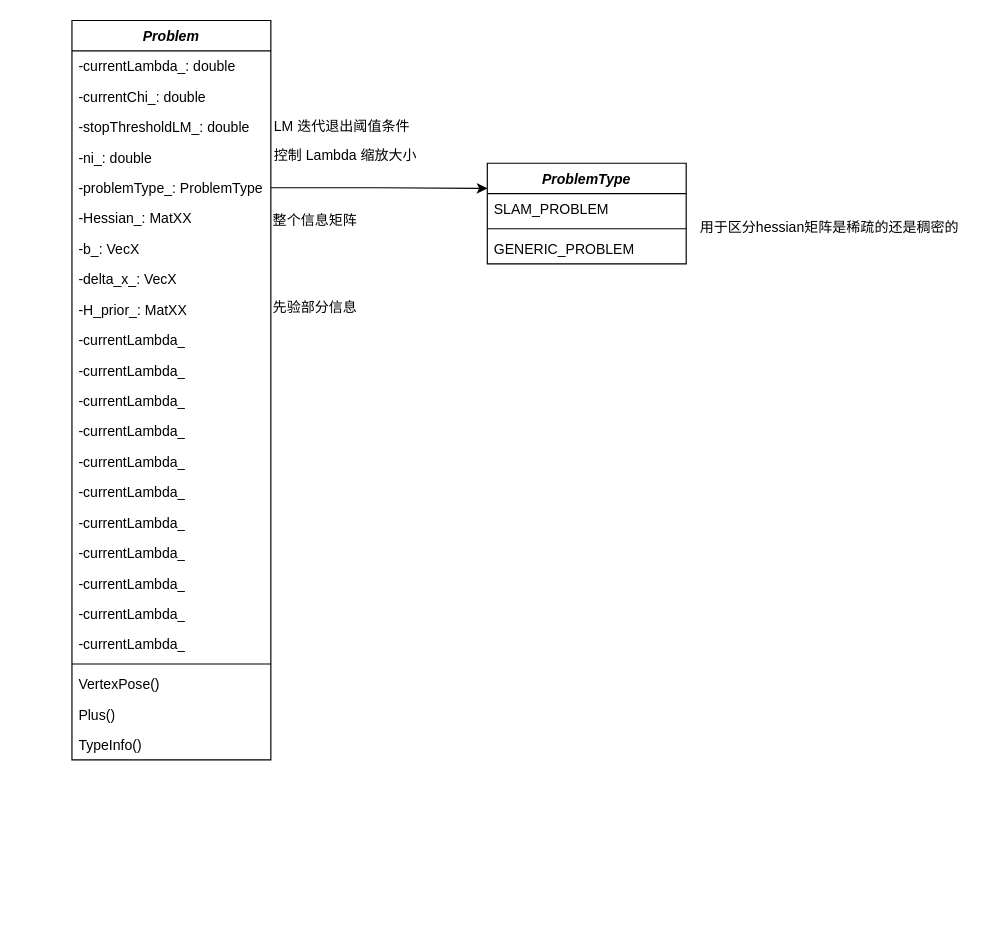
Above: Problem.drawio in liu-moon/img (draw.io), before the change. Source tidied: cells renumbered, new cells numbered last; positions are measured from the earlier drawing's top-left corner, leaving out a move shared by most shapes. Both pictures are drawn from the tidied source at 117%, with x=0, y=0 at pixel (71, 20).
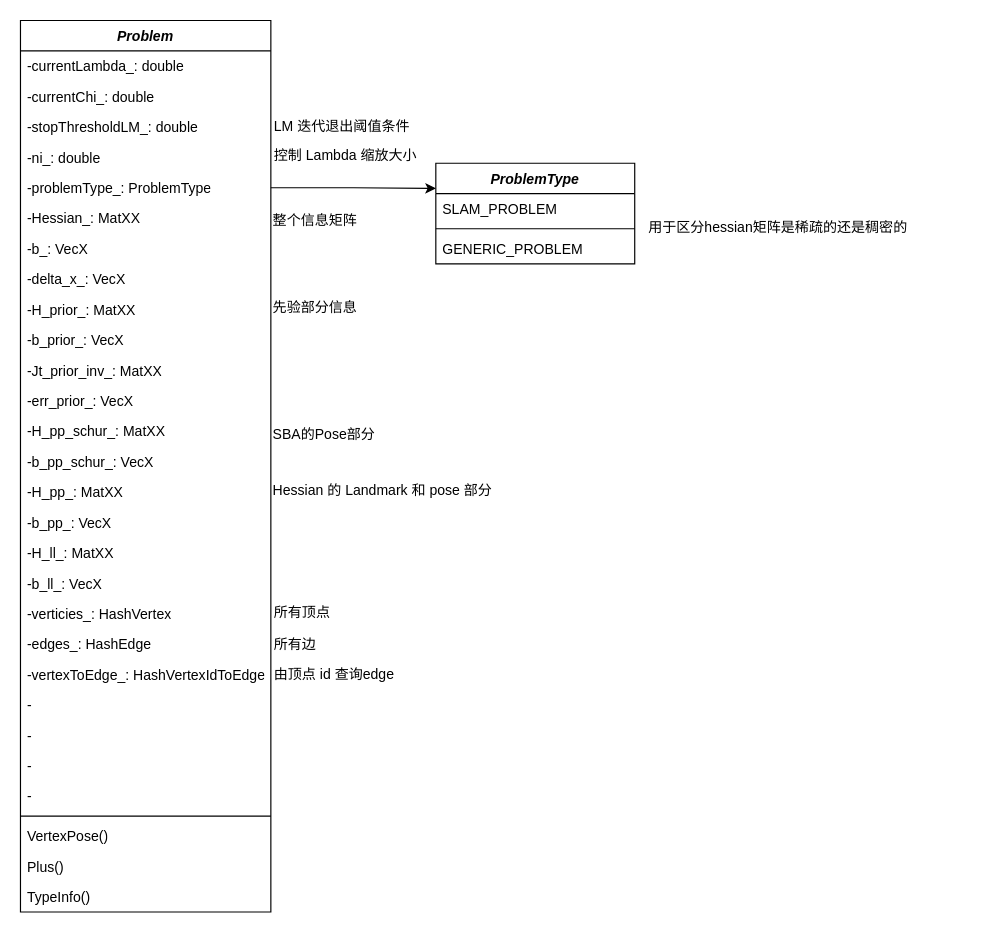
The same page after the edit.

What changed in the source:
```diff
@@
     <mxCell id="2" value="&lt;i&gt;Problem&lt;/i&gt;" style="swimlane;fontStyle=1;align=center;verticalAlign=top;horizontal=1;startSize=26;whiteSpace=wrap;html=1;" parent="1" vertex="1">
-      <mxGeometry width="170" height="632" as="geometry" />
+      <mxGeometry x="-44" width="214" height="762" as="geometry" />
     </mxCell>
     <mxCell id="3" value="-currentLambda_:&amp;nbsp;double" style="text;strokeColor=none;fillColor=none;align=left;verticalAlign=top;spacingLeft=4;spacingRight=4;overflow=hidden;whiteSpace=wrap;html=1;" parent="2" vertex="1">
-      <mxGeometry y="26" width="170" height="26" as="geometry" />
+      <mxGeometry y="26" width="214" height="26" as="geometry" />
     </mxCell>
     <mxCell id="4" value="-currentChi_:&amp;nbsp;double" style="text;strokeColor=none;fillColor=none;align=left;verticalAlign=top;spacingLeft=4;spacingRight=4;overflow=hidden;whiteSpace=wrap;html=1;" parent="2" vertex="1">
-      <mxGeometry y="52" width="170" height="26" as="geometry" />
+      <mxGeometry y="52" width="214" height="26" as="geometry" />
     </mxCell>
     <mxCell id="5" value="-stopThresholdLM_:&amp;nbsp;double" style="text;strokeColor=none;fillColor=none;align=left;verticalAlign=top;spacingLeft=4;spacingRight=4;overflow=hidden;whiteSpace=wrap;html=1;" parent="2" vertex="1">
-      <mxGeometry y="78" width="170" height="26" as="geometry" />
+      <mxGeometry y="78" width="214" height="26" as="geometry" />
     </mxCell>
     <mxCell id="6" value="-ni_:&amp;nbsp;double" style="text;strokeColor=none;fillColor=none;align=left;verticalAlign=top;spacingLeft=4;spacingRight=4;overflow=hidden;whiteSpace=wrap;html=1;" parent="2" vertex="1">
-      <mxGeometry y="104" width="170" height="26" as="geometry" />
+      <mxGeometry y="104" width="214" height="26" as="geometry" />
     </mxCell>
     <mxCell id="7" value="-problemType_:&amp;nbsp;ProblemType" style="text;strokeColor=none;fillColor=none;align=left;verticalAlign=top;spacingLeft=4;spacingRight=4;overflow=hidden;points=[[0,0.5],[1,0.5]];portConstraint=eastwest;whiteSpace=wrap;html=1;" parent="2" vertex="1">
-      <mxGeometry y="130" width="170" height="26" as="geometry" />
+      <mxGeometry y="130" width="214" height="26" as="geometry" />
     </mxCell>
     <mxCell id="8" value="-Hessian_: MatXX" style="text;strokeColor=none;fillColor=none;align=left;verticalAlign=top;spacingLeft=4;spacingRight=4;overflow=hidden;whiteSpace=wrap;html=1;" parent="2" vertex="1">
-      <mxGeometry y="156" width="170" height="26" as="geometry" />
+      <mxGeometry y="156" width="214" height="26" as="geometry" />
     </mxCell>
     <mxCell id="9" value="-b_:&amp;nbsp;VecX" style="text;strokeColor=none;fillColor=none;align=left;verticalAlign=top;spacingLeft=4;spacingRight=4;overflow=hidden;whiteSpace=wrap;html=1;" parent="2" vertex="1">
-      <mxGeometry y="182" width="170" height="26" as="geometry" />
+      <mxGeometry y="182" width="214" height="26" as="geometry" />
     </mxCell>
     <mxCell id="10" value="-delta_x_:&amp;nbsp;VecX" style="text;strokeColor=none;fillColor=none;align=left;verticalAlign=top;spacingLeft=4;spacingRight=4;overflow=hidden;whiteSpace=wrap;html=1;" parent="2" vertex="1">
-      <mxGeometry y="208" width="170" height="26" as="geometry" />
+      <mxGeometry y="208" width="214" height="26" as="geometry" />
     </mxCell>
     <mxCell id="11" value="-H_prior_:&amp;nbsp;MatXX" style="text;strokeColor=none;fillColor=none;align=left;verticalAlign=top;spacingLeft=4;spacingRight=4;overflow=hidden;whiteSpace=wrap;html=1;" parent="2" vertex="1">
-      <mxGeometry y="234" width="170" height="26" as="geometry" />
+      <mxGeometry y="234" width="214" height="26" as="geometry" />
     </mxCell>
+    <mxCell id="37" value="-b_prior_: VecX" style="text;strokeColor=none;fillColor=none;align=left;verticalAlign=top;spacingLeft=4;spacingRight=4;overflow=hidden;whiteSpace=wrap;html=1;" parent="2" vertex="1">
+      <mxGeometry y="260" width="214" height="26" as="geometry" />
+    </mxCell>
+    <mxCell id="38" value="-Jt_prior_inv_: MatXX" style="text;strokeColor=none;fillColor=none;align=left;verticalAlign=top;spacingLeft=4;spacingRight=4;overflow=hidden;whiteSpace=wrap;html=1;" parent="2" vertex="1">
+      <mxGeometry y="286" width="214" height="26" as="geometry" />
+    </mxCell>
+    <mxCell id="39" value="-err_prior_: VecX" style="text;strokeColor=none;fillColor=none;align=left;verticalAlign=top;spacingLeft=4;spacingRight=4;overflow=hidden;whiteSpace=wrap;html=1;" parent="2" vertex="1">
+      <mxGeometry y="312" width="214" height="26" as="geometry" />
+    </mxCell>
+    <mxCell id="40" value="-H_pp_schur_: MatXX" style="text;strokeColor=none;fillColor=none;align=left;verticalAlign=top;spacingLeft=4;spacingRight=4;overflow=hidden;whiteSpace=wrap;html=1;" parent="2" vertex="1">
+      <mxGeometry y="338" width="214" height="26" as="geometry" />
+    </mxCell>
+    <mxCell id="41" value="-b_pp_schur_: VecX" style="text;strokeColor=none;fillColor=none;align=left;verticalAlign=top;spacingLeft=4;spacingRight=4;overflow=hidden;whiteSpace=wrap;html=1;" parent="2" vertex="1">
+      <mxGeometry y="364" width="214" height="26" as="geometry" />
+    </mxCell>
+    <mxCell id="42" value="-H_pp_: MatXX" style="text;strokeColor=none;fillColor=none;align=left;verticalAlign=top;spacingLeft=4;spacingRight=4;overflow=hidden;whiteSpace=wrap;html=1;" parent="2" vertex="1">
+      <mxGeometry y="390" width="214" height="26" as="geometry" />
+    </mxCell>
+    <mxCell id="43" value="-b_pp_: VecX" style="text;strokeColor=none;fillColor=none;align=left;verticalAlign=top;spacingLeft=4;spacingRight=4;overflow=hidden;whiteSpace=wrap;html=1;" parent="2" vertex="1">
+      <mxGeometry y="416" width="214" height="26" as="geometry" />
+    </mxCell>
+    <mxCell id="44" value="-H_ll_: MatXX" style="text;strokeColor=none;fillColor=none;align=left;verticalAlign=top;spacingLeft=4;spacingRight=4;overflow=hidden;whiteSpace=wrap;html=1;" parent="2" vertex="1">
+      <mxGeometry y="442" width="214" height="26" as="geometry" />
+    </mxCell>
-    <mxCell id="12" value="-currentLambda_" style="text;strokeColor=none;fillColor=none;align=left;verticalAlign=top;spacingLeft=4;spacingRight=4;overflow=hidden;whiteSpace=wrap;html=1;" parent="2" vertex="1">
-      <mxGeometry y="260" width="170" height="26" as="geometry" />
+    <mxCell id="12" value="-b_ll_: VecX" style="text;strokeColor=none;fillColor=none;align=left;verticalAlign=top;spacingLeft=4;spacingRight=4;overflow=hidden;whiteSpace=wrap;html=1;" parent="2" vertex="1">
+      <mxGeometry y="468" width="214" height="26" as="geometry" />
     </mxCell>
-    <mxCell id="13" value="-currentLambda_" style="text;strokeColor=none;fillColor=none;align=left;verticalAlign=top;spacingLeft=4;spacingRight=4;overflow=hidden;whiteSpace=wrap;html=1;" parent="2" vertex="1">
-      <mxGeometry y="286" width="170" height="26" as="geometry" />
-    </mxCell>
-    <mxCell id="14" value="-currentLambda_" style="text;strokeColor=none;fillColor=none;align=left;verticalAlign=top;spacingLeft=4;spacingRight=4;overflow=hidden;whiteSpace=wrap;html=1;" parent="2" vertex="1">
-      <mxGeometry y="312" width="170" height="26" as="geometry" />
-    </mxCell>
-    <mxCell id="15" value="-currentLambda_" style="text;strokeColor=none;fillColor=none;align=left;verticalAlign=top;spacingLeft=4;spacingRight=4;overflow=hidden;whiteSpace=wrap;html=1;" parent="2" vertex="1">
-      <mxGeometry y="338" width="170" height="26" as="geometry" />
-    </mxCell>
-    <mxCell id="16" value="-currentLambda_" style="text;strokeColor=none;fillColor=none;align=left;verticalAlign=top;spacingLeft=4;spacingRight=4;overflow=hidden;whiteSpace=wrap;html=1;" parent="2" vertex="1">
-      <mxGeometry y="364" width="170" height="26" as="geometry" />
-    </mxCell>
-    <mxCell id="17" value="-currentLambda_" style="text;strokeColor=none;fillColor=none;align=left;verticalAlign=top;spacingLeft=4;spacingRight=4;overflow=hidden;whiteSpace=wrap;html=1;" parent="2" vertex="1">
-      <mxGeometry y="390" width="170" height="26" as="geometry" />
-    </mxCell>
-    <mxCell id="18" value="-currentLambda_" style="text;strokeColor=none;fillColor=none;align=left;verticalAlign=top;spacingLeft=4;spacingRight=4;overflow=hidden;whiteSpace=wrap;html=1;" parent="2" vertex="1">
-      <mxGeometry y="416" width="170" height="26" as="geometry" />
-    </mxCell>
-    <mxCell id="19" value="-currentLambda_" style="text;strokeColor=none;fillColor=none;align=left;verticalAlign=top;spacingLeft=4;spacingRight=4;overflow=hidden;whiteSpace=wrap;html=1;" parent="2" vertex="1">
-      <mxGeometry y="442" width="170" height="26" as="geometry" />
-    </mxCell>
-    <mxCell id="20" value="-currentLambda_" style="text;strokeColor=none;fillColor=none;align=left;verticalAlign=top;spacingLeft=4;spacingRight=4;overflow=hidden;whiteSpace=wrap;html=1;" parent="2" vertex="1">
-      <mxGeometry y="468" width="170" height="26" as="geometry" />
-    </mxCell>
-    <mxCell id="21" value="-currentLambda_" style="text;strokeColor=none;fillColor=none;align=left;verticalAlign=top;spacingLeft=4;spacingRight=4;overflow=hidden;whiteSpace=wrap;html=1;" parent="2" vertex="1">
-      <mxGeometry y="494" width="170" height="26" as="geometry" />
-    </mxCell>
-    <mxCell id="22" value="-currentLambda_" style="text;strokeColor=none;fillColor=none;align=left;verticalAlign=top;spacingLeft=4;spacingRight=4;overflow=hidden;whiteSpace=wrap;html=1;" parent="2" vertex="1">
-      <mxGeometry y="520" width="170" height="26" as="geometry" />
-    </mxCell>
+    <mxCell id="45" value="-verticies_: HashVertex" style="text;strokeColor=none;fillColor=none;align=left;verticalAlign=top;spacingLeft=4;spacingRight=4;overflow=hidden;whiteSpace=wrap;html=1;" parent="2" vertex="1">
+      <mxGeometry y="494" width="214" height="26" as="geometry" />
+    </mxCell>
+    <mxCell id="46" value="-edges_: HashEdge" style="text;strokeColor=none;fillColor=none;align=left;verticalAlign=top;spacingLeft=4;spacingRight=4;overflow=hidden;whiteSpace=wrap;html=1;" parent="2" vertex="1">
+      <mxGeometry y="520" width="214" height="26" as="geometry" />
+    </mxCell>
+    <mxCell id="47" value="-vertexToEdge_: HashVertexIdToEdge" style="text;strokeColor=none;fillColor=none;align=left;verticalAlign=top;spacingLeft=4;spacingRight=4;overflow=hidden;whiteSpace=wrap;html=1;" parent="2" vertex="1">
+      <mxGeometry y="546" width="214" height="26" as="geometry" />
+    </mxCell>
+    <mxCell id="48" value="-" style="text;strokeColor=none;fillColor=none;align=left;verticalAlign=top;spacingLeft=4;spacingRight=4;overflow=hidden;whiteSpace=wrap;html=1;" parent="2" vertex="1">
+      <mxGeometry y="572" width="214" height="26" as="geometry" />
+    </mxCell>
+    <mxCell id="49" value="-" style="text;strokeColor=none;fillColor=none;align=left;verticalAlign=top;spacingLeft=4;spacingRight=4;overflow=hidden;whiteSpace=wrap;html=1;" parent="2" vertex="1">
+      <mxGeometry y="598" width="214" height="26" as="geometry" />
+    </mxCell>
+    <mxCell id="50" value="-" style="text;strokeColor=none;fillColor=none;align=left;verticalAlign=top;spacingLeft=4;spacingRight=4;overflow=hidden;whiteSpace=wrap;html=1;" parent="2" vertex="1">
+      <mxGeometry y="624" width="214" height="26" as="geometry" />
+    </mxCell>
+    <mxCell id="51" value="-" style="text;strokeColor=none;fillColor=none;align=left;verticalAlign=top;spacingLeft=4;spacingRight=4;overflow=hidden;whiteSpace=wrap;html=1;" parent="2" vertex="1">
+      <mxGeometry y="650" width="214" height="26" as="geometry" />
+    </mxCell>
     <mxCell id="23" style="line;strokeWidth=1;fillColor=none;align=left;verticalAlign=middle;spacingTop=-1;spacingLeft=3;spacingRight=3;labelPosition=right;strokeColor=inherit;" parent="2" vertex="1">
-      <mxGeometry y="546" width="170" height="8" as="geometry" />
+      <mxGeometry y="676" width="214" height="8" as="geometry" />
     </mxCell>
     <mxCell id="24" value="VertexPose()" style="text;strokeColor=none;fillColor=none;align=left;verticalAlign=top;spacingLeft=4;spacingRight=4;overflow=hidden;whiteSpace=wrap;html=1;" parent="2" vertex="1">
-      <mxGeometry y="554" width="170" height="26" as="geometry" />
+      <mxGeometry y="684" width="214" height="26" as="geometry" />
     </mxCell>
     <mxCell id="25" value="Plus()" style="text;strokeColor=none;fillColor=none;align=left;verticalAlign=top;spacingLeft=4;spacingRight=4;overflow=hidden;whiteSpace=wrap;html=1;" parent="2" vertex="1">
-      <mxGeometry y="580" width="170" height="26" as="geometry" />
+      <mxGeometry y="710" width="214" height="26" as="geometry" />
     </mxCell>
     <mxCell id="26" value="TypeInfo()" style="text;strokeColor=none;fillColor=none;align=left;verticalAlign=top;spacingLeft=4;spacingRight=4;overflow=hidden;whiteSpace=wrap;html=1;" parent="2" vertex="1">
-      <mxGeometry y="606" width="170" height="26" as="geometry" />
+      <mxGeometry y="736" width="214" height="26" as="geometry" />
     </mxCell>
     <mxCell id="27" value="&lt;i&gt;ProblemType&lt;/i&gt;" style="swimlane;fontStyle=1;align=center;verticalAlign=top;horizontal=1;startSize=26;whiteSpace=wrap;html=1;" parent="1" vertex="1">
-      <mxGeometry x="355" y="122" width="170" height="86" as="geometry" />
+      <mxGeometry x="311" y="122" width="170" height="86" as="geometry" />
     </mxCell>
@@
     <mxCell id="31" value="用于区分hessian矩阵是稀疏的还是稠密的" style="text;html=1;align=left;verticalAlign=middle;strokeColor=none;fillColor=none;" parent="1" vertex="1">
-      <mxGeometry x="535" y="162" width="240" height="30" as="geometry" />
+      <mxGeometry x="491" y="162" width="240" height="30" as="geometry" />
     </mxCell>
@@
+    <mxCell id="52" value="SBA的Pose部分" style="text;html=1;align=left;verticalAlign=middle;strokeColor=none;fillColor=none;" parent="1" vertex="1">
+      <mxGeometry x="170" y="340" width="106" height="27" as="geometry" />
+    </mxCell>
+    <mxCell id="53" value="Hessian 的 Landmark 和 pose 部分" style="text;html=1;align=left;verticalAlign=middle;strokeColor=none;fillColor=none;" parent="1" vertex="1">
+      <mxGeometry x="170" y="388" width="206" height="27" as="geometry" />
+    </mxCell>
+    <mxCell id="54" value="所有顶点" style="text;html=1;align=left;verticalAlign=middle;strokeColor=none;fillColor=none;" parent="1" vertex="1">
+      <mxGeometry x="171" y="492" width="67" height="27" as="geometry" />
+    </mxCell>
+    <mxCell id="55" value="所有边" style="text;html=1;align=left;verticalAlign=middle;strokeColor=none;fillColor=none;" parent="1" vertex="1">
+      <mxGeometry x="171" y="520" width="55" height="27" as="geometry" />
+    </mxCell>
+    <mxCell id="56" value="由顶点 id 查询edge" style="text;html=1;align=left;verticalAlign=middle;strokeColor=none;fillColor=none;" parent="1" vertex="1">
+      <mxGeometry x="171" y="545" width="122" height="27" as="geometry" />
+    </mxCell>
```
